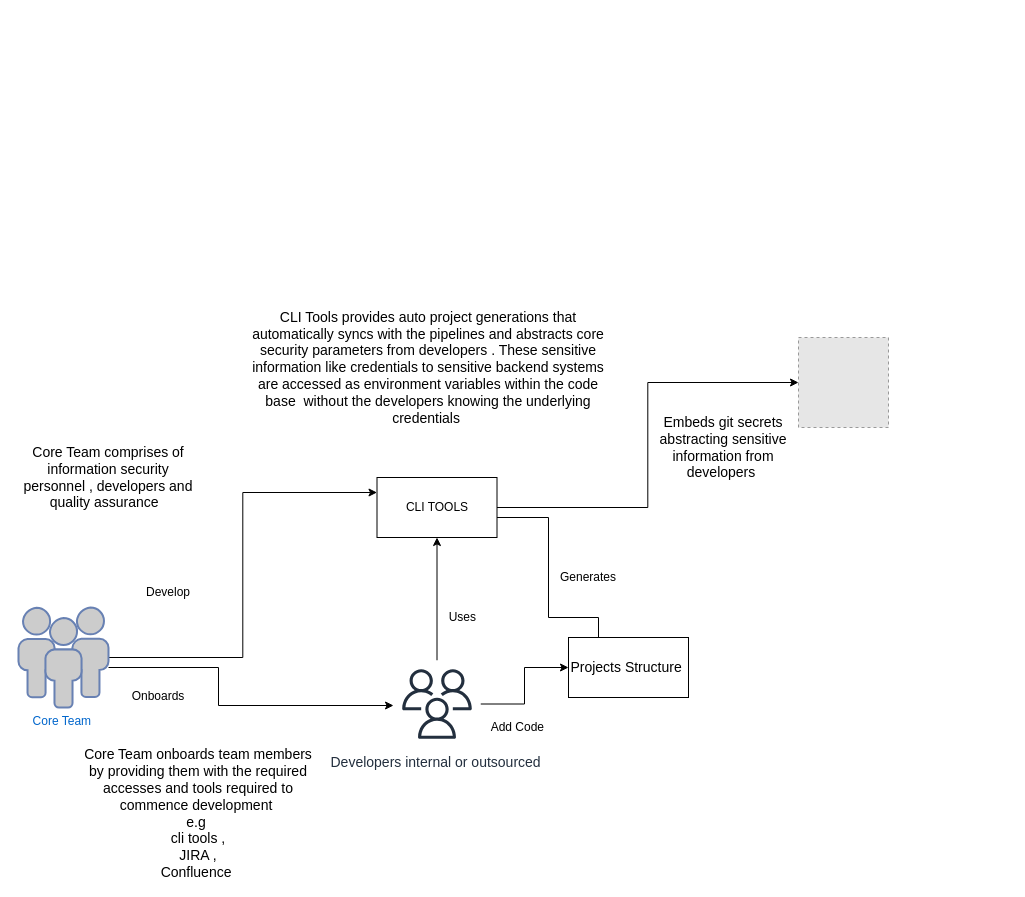
The draw.io diagram page "Internal process flow" (2 of 2) of icurity.drawio in tyger-rareatom/consulting-architectures, before the edit. Source tidied: cells renumbered, new cells numbered last; positions are measured from the earlier drawing's top-left corner, leaving out a move shared by most shapes. Both pictures are drawn from the tidied source at 100%, with x=0, y=0 at pixel (18, 317). Pictures stored in the file or linked from it are replaced by grey dashed boxes.
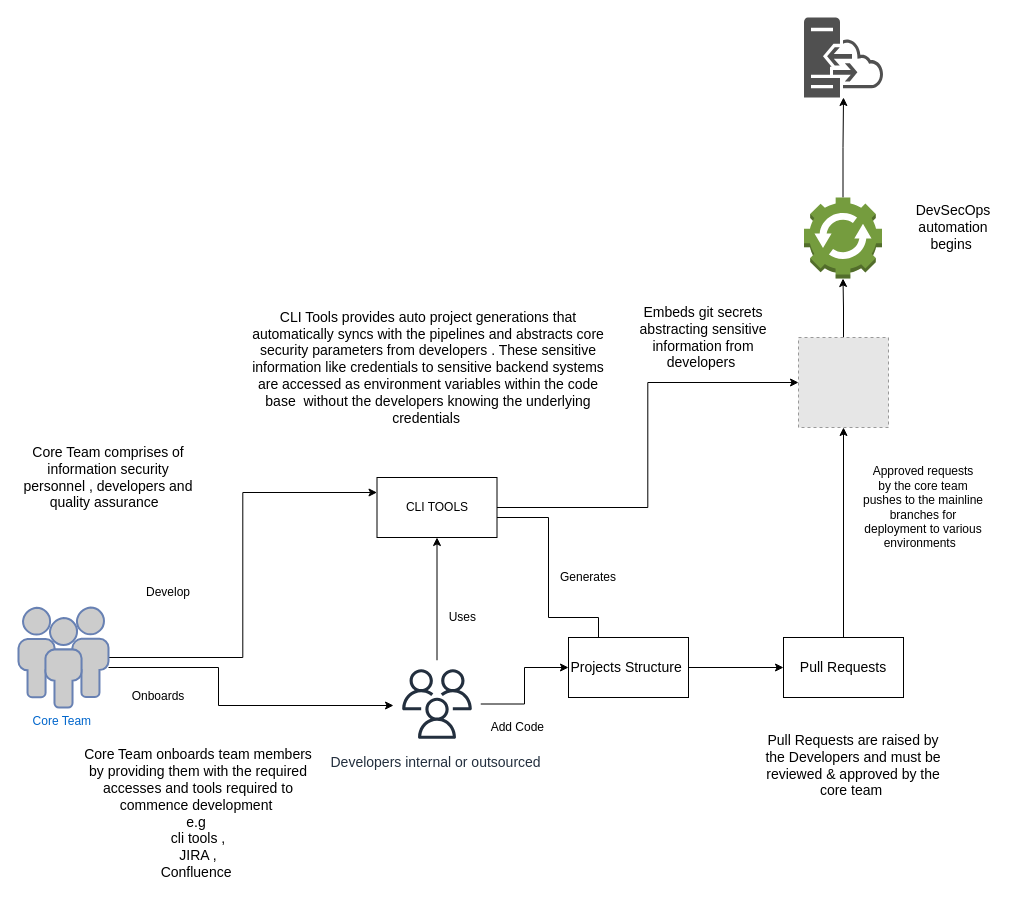
After the change.

Commit message:
Dev sec ops automation

The change refers to these unchanged cells:
```xml
<mxCell id="16" style="fillColor=#E6E6E6;strokeColor=#999999;dashed=1;html=1;verticalAlign=top;verticalLabelPosition=bottom;labelBackgroundColor=#ffffff;" parent="1" vertex="1">
  <mxGeometry x="780" y="20" width="90" height="90" as="geometry" />
</mxCell>
<mxCell id="18" value="&lt;span style=&quot;font-size: 14px&quot;&gt;Projects Structure&amp;nbsp;&lt;/span&gt;" style="rounded=0;whiteSpace=wrap;html=1;" parent="1" vertex="1">
  <mxGeometry x="550" y="320" width="120" height="60" as="geometry" />
</mxCell>
```

Change to the diagram source:
```diff
@@
+    <mxCell id="22" style="edgeStyle=orthogonalEdgeStyle;rounded=0;jettySize=auto;html=1;" parent="1" edge="1" source="16" target="30">
+      <mxGeometry relative="1" as="geometry" />
+    </mxCell>
@@
     <mxCell id="17" value="&lt;font style=&quot;font-size: 14px&quot;&gt;Embeds git secrets abstracting sensitive information from developers&amp;nbsp;&lt;/font&gt;" style="text;html=1;strokeColor=none;fillColor=none;align=center;verticalAlign=middle;whiteSpace=wrap;rounded=0;" parent="1" vertex="1">
-      <mxGeometry x="640" y="80" width="130" height="100" as="geometry" />
+      <mxGeometry x="620" y="-30" width="130" height="100" as="geometry" />
     </mxCell>
+    <mxCell id="23" style="edgeStyle=orthogonalEdgeStyle;rounded=0;jettySize=auto;html=1;" parent="1" edge="1" source="18" target="25">
+      <mxGeometry relative="1" as="geometry" />
+    </mxCell>
@@
+    <mxCell id="24" style="edgeStyle=orthogonalEdgeStyle;rounded=0;jettySize=auto;html=1;" parent="1" edge="1" source="25" target="16">
+      <mxGeometry relative="1" as="geometry" />
+    </mxCell>
+    <mxCell id="25" value="&lt;span style=&quot;font-size: 14px&quot;&gt;Pull Requests&lt;/span&gt;" style="rounded=0;whiteSpace=wrap;html=1;" parent="1" vertex="1">
+      <mxGeometry x="765" y="320" width="120" height="60" as="geometry" />
+    </mxCell>
+    <mxCell id="26" value="&lt;font style=&quot;font-size: 14px&quot;&gt;Pull Requests are raised by the Developers and must be reviewed &amp;amp; approved by the core team&amp;nbsp;&lt;/font&gt;" style="text;html=1;strokeColor=none;fillColor=none;align=center;verticalAlign=middle;whiteSpace=wrap;rounded=0;" parent="1" vertex="1">
+      <mxGeometry x="740" y="390" width="190" height="115" as="geometry" />
+    </mxCell>
+    <mxCell id="27" value="Approved requests&lt;br&gt;by the core team pushes to the mainline branches for deployment to various environments&amp;nbsp;&amp;nbsp;" style="text;html=1;strokeColor=none;fillColor=none;align=center;verticalAlign=middle;whiteSpace=wrap;rounded=0;" parent="1" vertex="1">
+      <mxGeometry x="840" y="135" width="130" height="110" as="geometry" />
+    </mxCell>
+    <mxCell id="28" style="sketch=0;shadow=0;dashed=0;html=1;strokeColor=none;fillColor=#505050;labelPosition=center;verticalLabelPosition=bottom;verticalAlign=top;outlineConnect=0;align=center;shape=mxgraph.office.servers.hybrid_server;" parent="1" vertex="1">
+      <mxGeometry x="785.5" y="-300" width="79" height="80" as="geometry" />
+    </mxCell>
+    <mxCell id="29" style="edgeStyle=orthogonalEdgeStyle;rounded=0;jettySize=auto;html=1;" parent="1" edge="1" source="30" target="28">
+      <mxGeometry relative="1" as="geometry" />
+    </mxCell>
+    <mxCell id="30" style="outlineConnect=0;dashed=0;verticalLabelPosition=bottom;verticalAlign=top;align=center;html=1;shape=mxgraph.aws3.automation;fillColor=#759C3E;gradientColor=none;" parent="1" vertex="1">
+      <mxGeometry x="785.5" y="-120" width="78" height="81" as="geometry" />
+    </mxCell>
+    <mxCell id="31" value="&lt;font style=&quot;font-size: 14px&quot;&gt;DevSecOps automation begins&amp;nbsp;&lt;/font&gt;" style="text;html=1;strokeColor=none;fillColor=none;align=center;verticalAlign=middle;whiteSpace=wrap;rounded=0;" parent="1" vertex="1">
+      <mxGeometry x="880" y="-110" width="110" height="40" as="geometry" />
+    </mxCell>
```
